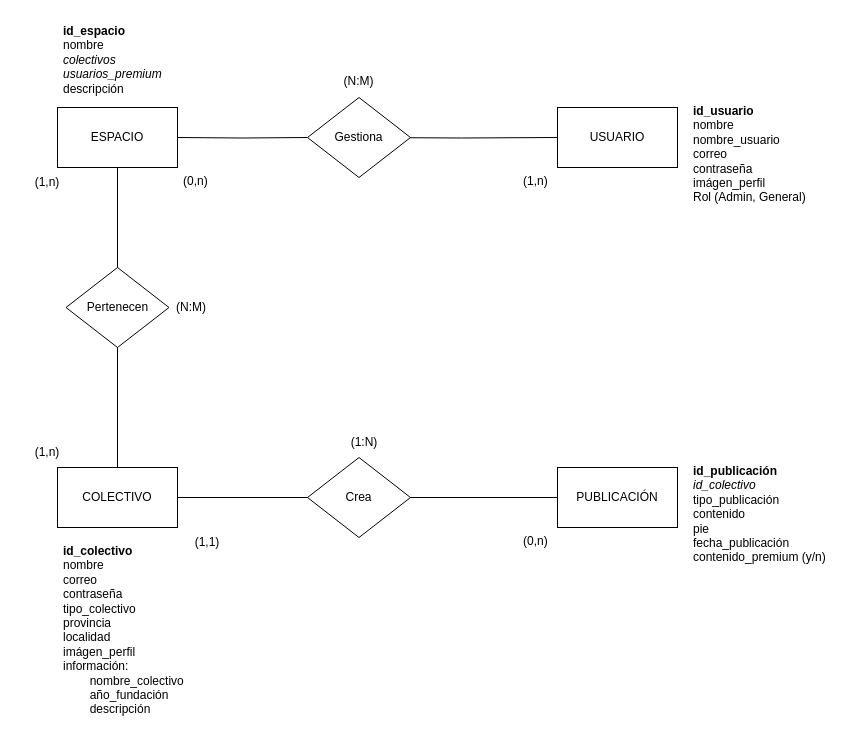
AJota1998/Proyecto_final keeps this draw.io diagram as cofranews.drawio. Above is the earlier version. Source tidied: cells renumbered, new cells numbered last; positions are measured from the earlier drawing's top-left corner, leaving out a move shared by most shapes. Both pictures are drawn from the tidied source at 100%, with x=0, y=0 at pixel (17, 17).
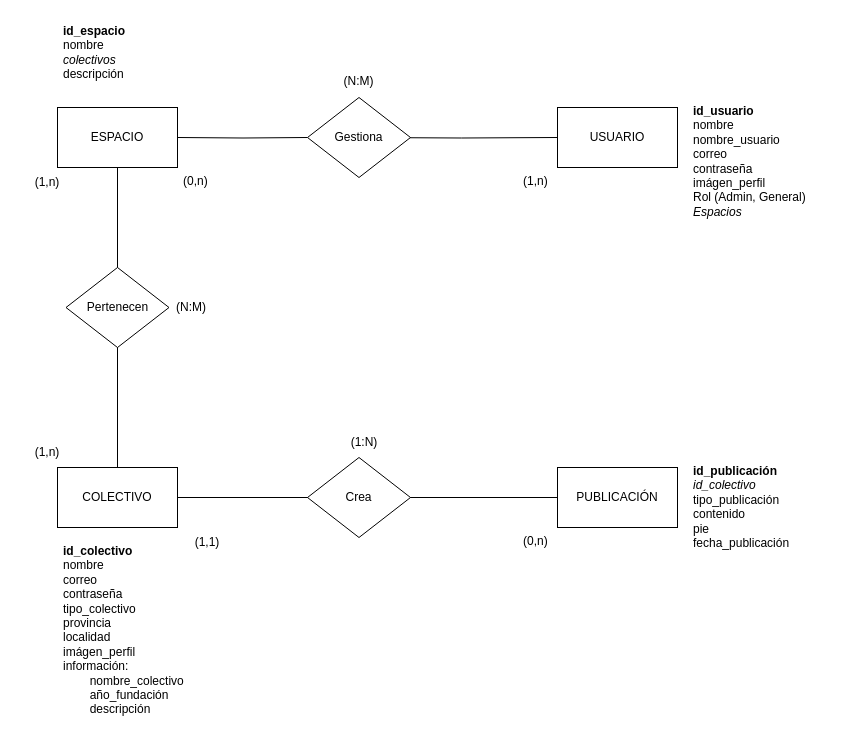
The same diagram, later.

Commit message (it also covers changes not shown here):
fin modelo

What changed in the source:
```diff
@@
-    <mxCell id="4" value="&lt;b&gt;id_usuario&lt;/b&gt;&lt;br&gt;nombre&lt;br&gt;nombre_usuario&lt;br&gt;correo&lt;br&gt;contraseña&lt;br&gt;imágen_perfil&lt;br&gt;Rol (Admin, General)" style="text;strokeColor=none;fillColor=none;spacingLeft=4;spacingRight=4;overflow=hidden;fontSize=12;html=1;" parent="1" vertex="1">
+    <mxCell id="4" value="&lt;b&gt;id_usuario&lt;/b&gt;&lt;br&gt;nombre&lt;br&gt;nombre_usuario&lt;br&gt;correo&lt;br&gt;contraseña&lt;br&gt;imágen_perfil&lt;br&gt;Rol (Admin, General)&lt;br&gt;&lt;i&gt;Espacios&lt;/i&gt;" style="text;strokeColor=none;fillColor=none;spacingLeft=4;spacingRight=4;overflow=hidden;fontSize=12;html=1;" parent="1" vertex="1">
       <mxGeometry x="670" y="80" width="150" height="130" as="geometry" />
     </mxCell>
-    <mxCell id="5" value="&lt;b&gt;id_espacio&lt;br&gt;&lt;/b&gt;nombre&lt;br&gt;&lt;i&gt;colectivos&lt;/i&gt;&lt;br&gt;&lt;i&gt;usuarios_premium&lt;/i&gt;&lt;br&gt;descripción" style="text;strokeColor=none;fillColor=none;spacingLeft=4;spacingRight=4;overflow=hidden;fontSize=12;html=1;" parent="1" vertex="1">
+    <mxCell id="5" value="&lt;b&gt;id_espacio&lt;br&gt;&lt;/b&gt;nombre&lt;br&gt;&lt;i&gt;colectivos&lt;/i&gt;&lt;br&gt;descripción" style="text;strokeColor=none;fillColor=none;spacingLeft=4;spacingRight=4;overflow=hidden;fontSize=12;html=1;" parent="1" vertex="1">
       <mxGeometry x="40" width="120" height="80" as="geometry" />
     </mxCell>
@@
-    <mxCell id="25" value="&lt;b&gt;id_publicación&lt;/b&gt;&lt;br&gt;&lt;i&gt;id_colectivo&lt;br&gt;&lt;/i&gt;tipo_publicación&lt;br&gt;contenido&lt;br&gt;pie&lt;br&gt;fecha_publicación&lt;br&gt;contenido_premium (y/n)" style="text;strokeColor=none;fillColor=none;spacingLeft=4;spacingRight=4;overflow=hidden;fontSize=12;html=1;" parent="1" vertex="1">
-      <mxGeometry x="670" y="440" width="150" height="130" as="geometry" />
+    <mxCell id="25" value="&lt;b&gt;id_publicación&lt;/b&gt;&lt;br&gt;&lt;i&gt;id_colectivo&lt;br&gt;&lt;/i&gt;tipo_publicación&lt;br&gt;contenido&lt;br&gt;pie&lt;br&gt;fecha_publicación&lt;br&gt;" style="text;strokeColor=none;fillColor=none;spacingLeft=4;spacingRight=4;overflow=hidden;fontSize=12;html=1;" parent="1" vertex="1">
+      <mxGeometry x="670" y="440" width="150" height="110" as="geometry" />
     </mxCell>
```
